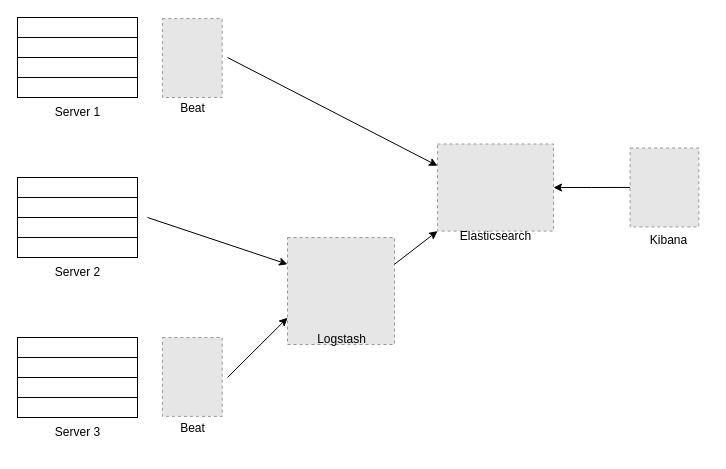
Before: elastic_eco_system.drawio in schattenbrot/draw-io, a draw.io diagram. Source tidied: cells renumbered, new cells numbered last; positions are measured from the earlier drawing's top-left corner, leaving out a move shared by most shapes. Both pictures are drawn from the tidied source at 100%, with x=0, y=0 at pixel (17, 17). Pictures stored in the file or linked from it are replaced by grey dashed boxes.
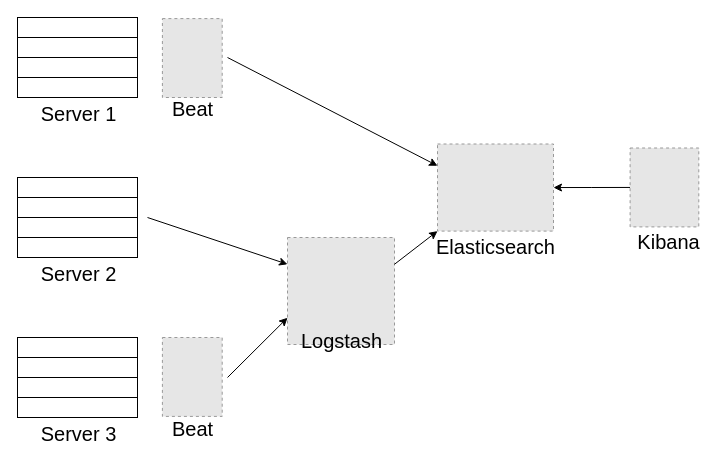
Above is the later version.

The edit, as a diff of the source:
```diff
@@
-    <mxCell id="14" value="&lt;div&gt;Server 1&lt;/div&gt;" style="text;html=1;align=center;verticalAlign=middle;fontColor=#000000;" parent="1" vertex="1">
-      <mxGeometry x="25" y="80" width="70" height="30" as="geometry" />
+    <mxCell id="14" value="&lt;div style=&quot;font-size: 20px;&quot;&gt;&lt;font style=&quot;font-size: 20px;&quot;&gt;Server 1&lt;/font&gt;&lt;/div&gt;" style="text;html=1;align=center;verticalAlign=middle;fontColor=#000000;" parent="1" vertex="1">
+      <mxGeometry x="14" y="78" width="94" height="36" as="geometry" />
     </mxCell>
-    <mxCell id="15" value="&lt;div&gt;Server 2&lt;br&gt;&lt;/div&gt;" style="text;html=1;align=center;verticalAlign=middle;fontColor=#000000;" parent="1" vertex="1">
-      <mxGeometry x="25" y="240" width="70" height="30" as="geometry" />
+    <mxCell id="15" value="&lt;div style=&quot;font-size: 20px;&quot;&gt;&lt;font style=&quot;font-size: 20px;&quot;&gt;Server 2&lt;br&gt;&lt;/font&gt;&lt;/div&gt;" style="text;html=1;align=center;verticalAlign=middle;fontColor=#000000;" parent="1" vertex="1">
+      <mxGeometry x="14" y="238" width="94" height="36" as="geometry" />
     </mxCell>
-    <mxCell id="16" value="&lt;div&gt;Server 3&lt;br&gt;&lt;/div&gt;" style="text;html=1;align=center;verticalAlign=middle;fontColor=#000000;" parent="1" vertex="1">
-      <mxGeometry x="25" y="400" width="70" height="30" as="geometry" />
+    <mxCell id="16" value="&lt;div style=&quot;font-size: 20px;&quot;&gt;&lt;font style=&quot;font-size: 20px;&quot;&gt;Server 3&lt;br&gt;&lt;/font&gt;&lt;/div&gt;" style="text;html=1;align=center;verticalAlign=middle;fontColor=#000000;" parent="1" vertex="1">
+      <mxGeometry x="14" y="398" width="94" height="36" as="geometry" />
     </mxCell>
@@
-    <mxCell id="19" value="&lt;div&gt;Beat&lt;/div&gt;" style="text;html=1;align=center;verticalAlign=middle;fontColor=#000000;" parent="1" vertex="1">
-      <mxGeometry x="149.8" y="396" width="50" height="30" as="geometry" />
+    <mxCell id="19" value="&lt;div style=&quot;font-size: 17px;&quot;&gt;&lt;font style=&quot;font-size: 20px;&quot;&gt;Beat&lt;/font&gt;&lt;/div&gt;" style="text;html=1;align=center;verticalAlign=middle;fontColor=#000000;" parent="1" vertex="1">
+      <mxGeometry x="145.8" y="394" width="59" height="36" as="geometry" />
     </mxCell>
-    <mxCell id="20" value="Logstash" style="text;html=1;align=center;verticalAlign=middle;fontColor=#000000;" parent="1" vertex="1">
-      <mxGeometry x="288.5" y="307" width="70" height="30" as="geometry" />
+    <mxCell id="20" value="&lt;font style=&quot;font-size: 20px;&quot;&gt;Logstash&lt;/font&gt;" style="text;html=1;align=center;verticalAlign=middle;fontColor=#000000;" parent="1" vertex="1">
+      <mxGeometry x="274.5" y="305" width="99" height="36" as="geometry" />
     </mxCell>
@@
-    <mxCell id="24" value="&lt;div&gt;Elasticsearch&lt;/div&gt;" style="text;html=1;align=center;verticalAlign=middle;fontColor=#000000;" parent="1" vertex="1">
-      <mxGeometry x="433" y="204" width="90" height="30" as="geometry" />
+    <mxCell id="24" value="&lt;div style=&quot;font-size: 17px;&quot;&gt;&lt;font style=&quot;font-size: 20px;&quot;&gt;Elasticsearch&lt;/font&gt;&lt;/div&gt;" style="text;html=1;align=center;verticalAlign=middle;fontColor=#000000;" parent="1" vertex="1">
+      <mxGeometry x="410" y="212" width="136" height="36" as="geometry" />
     </mxCell>
@@
-    <mxCell id="27" value="&lt;div&gt;Beat&lt;/div&gt;" style="text;html=1;align=center;verticalAlign=middle;fontColor=#000000;" parent="1" vertex="1">
-      <mxGeometry x="149.8" y="76" width="50" height="30" as="geometry" />
+    <mxCell id="27" value="&lt;div style=&quot;font-size: 17px;&quot;&gt;&lt;font style=&quot;font-size: 20px;&quot;&gt;Beat&lt;/font&gt;&lt;/div&gt;" style="text;html=1;align=center;verticalAlign=middle;fontColor=#000000;" parent="1" vertex="1">
+      <mxGeometry x="145.8" y="74" width="59" height="36" as="geometry" />
     </mxCell>
@@
-    <mxCell id="31" value="Kibana" style="text;html=1;align=center;verticalAlign=middle;fontColor=#000000;" parent="1" vertex="1">
-      <mxGeometry x="621.3" y="208" width="60" height="30" as="geometry" />
+    <mxCell id="31" value="&lt;font style=&quot;font-size: 20px;&quot;&gt;Kibana&lt;/font&gt;" style="text;html=1;align=center;verticalAlign=middle;fontColor=#000000;" parent="1" vertex="1">
+      <mxGeometry x="611.3" y="206" width="80" height="36" as="geometry" />
     </mxCell>
```
